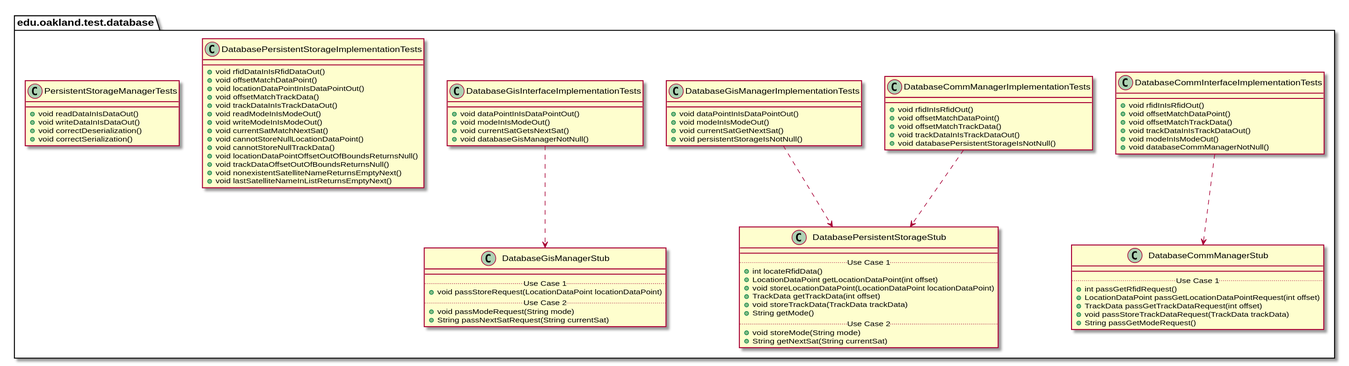
Earlier version of the PlantUML export docs/uml-class-diagrams/database/test/DatabaseTestPackage_InternalDependencies.svg (andrewdimmer/csi-3370-software-project). Its diagram source:
```plantuml
@startuml DatabaseTestPackage_InternalDependencies

package edu.oakland.test.database {

}


package edu.oakland.test.database {
    class DatabaseCommInterfaceImplementationTests {
        + void rfidInIsRfidOut()
        + void offsetMatchDataPoint()
        + void offsetMatchTrackData()
        + void trackDataInIsTrackDataOut()
        + void modeInIsModeOut()
        + void databaseCommManagerNotNull()
    }
}



package edu.oakland.test.database {
    class DatabaseCommManagerStub {
        __
        .. Use Case 1 ..
        + int passGetRfidRequest()
        + LocationDataPoint passGetLocationDataPointRequest(int offset)
        + TrackData passGetTrackDataRequest(int offset)
        + void passStoreTrackDataRequest(TrackData trackData)
        + String passGetModeRequest()
    }
}

DatabaseCommInterfaceImplementationTests ..> DatabaseCommManagerStub

package edu.oakland.test.database {
    class DatabaseCommManagerImplementationTests {
        + void rfidInIsRfidOut()
        + void offsetMatchDataPoint()
        + void offsetMatchTrackData()
        + void trackDataInIsTrackDataOut()
        + void databasePersistentStorageIsNotNull()
    }
}



package edu.oakland.test.database {
    class DatabasePersistentStorageStub {
        __
        .. Use Case 1 ..
        + int locateRfidData()
        + LocationDataPoint getLocationDataPoint(int offset)
        + void storeLocationDataPoint(LocationDataPoint locationDataPoint)
        + TrackData getTrackData(int offset)
        + void storeTrackData(TrackData trackData)
        + String getMode()
        .. Use Case 2 ..
        + void storeMode(String mode)
        + String getNextSat(String currentSat)
    }
}

DatabaseCommManagerImplementationTests ..> DatabasePersistentStorageStub

package edu.oakland.test.database {
    class DatabaseGisInterfaceImplementationTests {
        + void dataPointInIsDataPointOut()
        + void modeInIsModeOut()
        + void currentSatGetsNextSat()
        + void databaseGisManagerNotNull()
    }
}



package edu.oakland.test.database {
    class DatabaseGisManagerStub {
        __
        .. Use Case 1 ..
        + void passStoreRequest(LocationDataPoint locationDataPoint)
        .. Use Case 2 ..
        + void passModeRequest(String mode)
        + String passNextSatRequest(String currentSat)
    }
}

DatabaseGisInterfaceImplementationTests ..> DatabaseGisManagerStub

package edu.oakland.test.database {
    class DatabaseGisManagerImplementationTests {
        + void dataPointInIsDataPointOut()
        + void modeInIsModeOut()
        + void currentSatGetNextSat()
        + void persistentStorageIsNotNull()
    }
}


DatabaseGisManagerImplementationTests ..> DatabasePersistentStorageStub

package edu.oakland.test.database {
    class DatabasePersistentStorageImplementationTests {
        + void rfidDataInIsRfidDataOut()
        + void offsetMatchDataPoint()
        + void locationDataPointInIsDataPointOut()
        + void offsetMatchTrackData()
        + void trackDataInIsTrackDataOut()
        + void readModeInIsModeOut()
        + void writeModeInIsModeOut()
        + void currentSatMatchNextSat()
        + void cannotStoreNullLocationDataPoint()
        + void cannotStoreNullTrackData()
        + void locationDataPointOffsetOutOfBoundsReturnsNull()
        + void trackDataOffsetOutOfBoundsReturnsNull()
        + void nonexistentSatelliteNameReturnsEmptyNext()
        + void lastSatelliteNameInListReturnsEmptyNext()
    }
}


package edu.oakland.test.database {
    class PersistentStorageManagerTests {
        + void readDataInIsDataOut()
        + void writeDataInIsDataOut()
        + void correctDeserialization()
        + void correctSerialization()
    }
}


@enduml
```
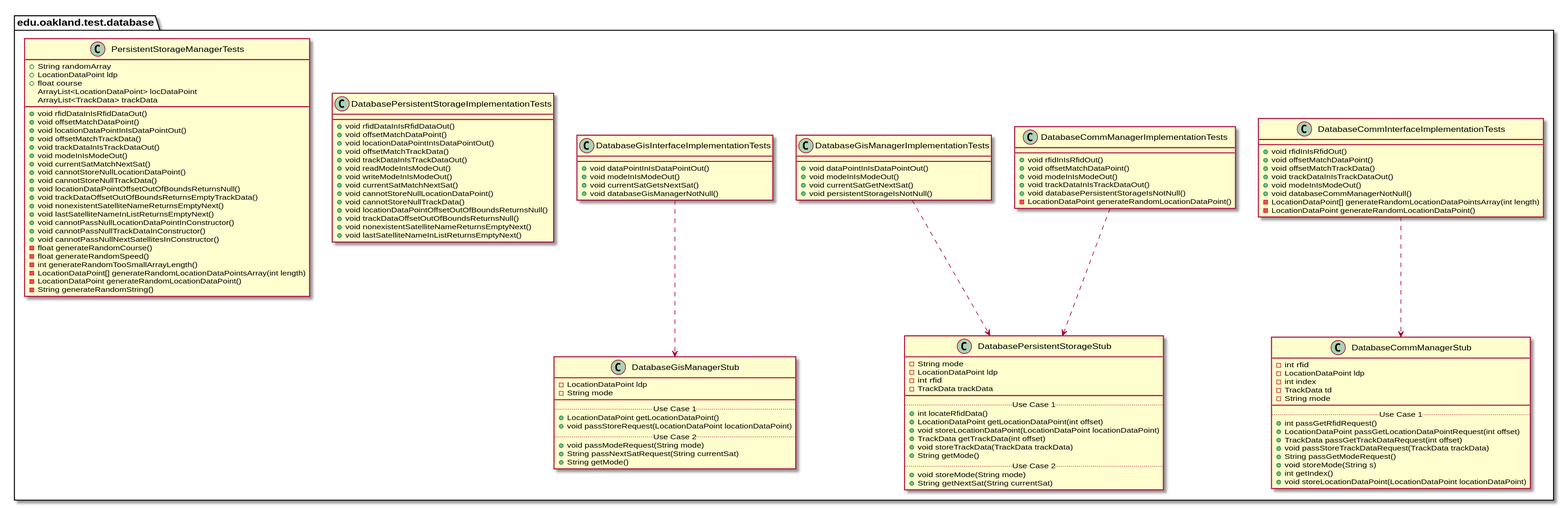
Later version of the same file.

The edit, as a diff of the source:
```diff
@@ -13,6 +13,8 @@
         + void trackDataInIsTrackDataOut()
         + void modeInIsModeOut()
         + void databaseCommManagerNotNull()
+        - LocationDataPoint[] generateRandomLocationDataPointsArray(int length)
+        - LocationDataPoint generateRandomLocationDataPoint()
     }
 }
 
@@ -20,6 +22,11 @@
 
 package edu.oakland.test.database {
     class DatabaseCommManagerStub {
+        - int rfid
+        - LocationDataPoint ldp
+        - int index
+        - TrackData td
+        - String mode
         __
         .. Use Case 1 ..
         + int passGetRfidRequest()
@@ -27,6 +34,9 @@
         + TrackData passGetTrackDataRequest(int offset)
         + void passStoreTrackDataRequest(TrackData trackData)
         + String passGetModeRequest()
+        + void storeMode(String s)
+        + int getIndex()
+        + void storeLocationDataPoint(LocationDataPoint locationDataPoint)
     }
 }
 
@@ -36,9 +46,10 @@
     class DatabaseCommManagerImplementationTests {
         + void rfidInIsRfidOut()
         + void offsetMatchDataPoint()
-        + void offsetMatchTrackData()
+        + void modeInIsModeOut()
         + void trackDataInIsTrackDataOut()
         + void databasePersistentStorageIsNotNull()
+        - LocationDataPoint generateRandomLocationDataPoint()
     }
 }
 
@@ -46,6 +57,10 @@
 
 package edu.oakland.test.database {
     class DatabasePersistentStorageStub {
+        - String mode
+        - LocationDataPoint ldp
+        - int rfid
+        - TrackData trackData
         __
         .. Use Case 1 ..
         + int locateRfidData()
@@ -75,12 +90,16 @@
 
 package edu.oakland.test.database {
     class DatabaseGisManagerStub {
+        - LocationDataPoint ldp
+        - String mode
         __
         .. Use Case 1 ..
+        + LocationDataPoint getLocationDataPoint()
         + void passStoreRequest(LocationDataPoint locationDataPoint)
         .. Use Case 2 ..
         + void passModeRequest(String mode)
         + String passNextSatRequest(String currentSat)
+        + String getMode()
     }
 }
 
@@ -120,10 +139,33 @@
 
 package edu.oakland.test.database {
     class PersistentStorageManagerTests {
-        + void readDataInIsDataOut()
-        + void writeDataInIsDataOut()
-        + void correctDeserialization()
-        + void correctSerialization()
+        + String randomArray
+        + LocationDataPoint ldp
+        + float course
+        ArrayList<LocationDataPoint> locDataPoint
+        ArrayList<TrackData> trackData
+        + void rfidDataInIsRfidDataOut()
+        + void offsetMatchDataPoint()
+        + void locationDataPointInIsDataPointOut()
+        + void offsetMatchTrackData()
+        + void trackDataInIsTrackDataOut()
+        + void modeInIsModeOut()
+        + void currentSatMatchNextSat()
+        + void cannotStoreNullLocationDataPoint()
+        + void cannotStoreNullTrackData()
+        + void locationDataPointOffsetOutOfBoundsReturnsNull()
+        + void trackDataOffsetOutOfBoundsReturnsEmptyTrackData()
+        + void nonexistentSatelliteNameReturnsEmptyNext()
+        + void lastSatelliteNameInListReturnsEmptyNext()
+        + void cannotPassNullLocationDataPointInConstructor()
+        + void cannotPassNullTrackDataInConstructor()
+        + void cannotPassNullNextSatellitesInConstructor()
+        - float generateRandomCourse()
+        - float generateRandomSpeed()
+        - int generateRandomTooSmallArrayLength()
+        - LocationDataPoint[] generateRandomLocationDataPointsArray(int length)
+        - LocationDataPoint generateRandomLocationDataPoint()
+        - String generateRandomString()
     }
 }
 
```
